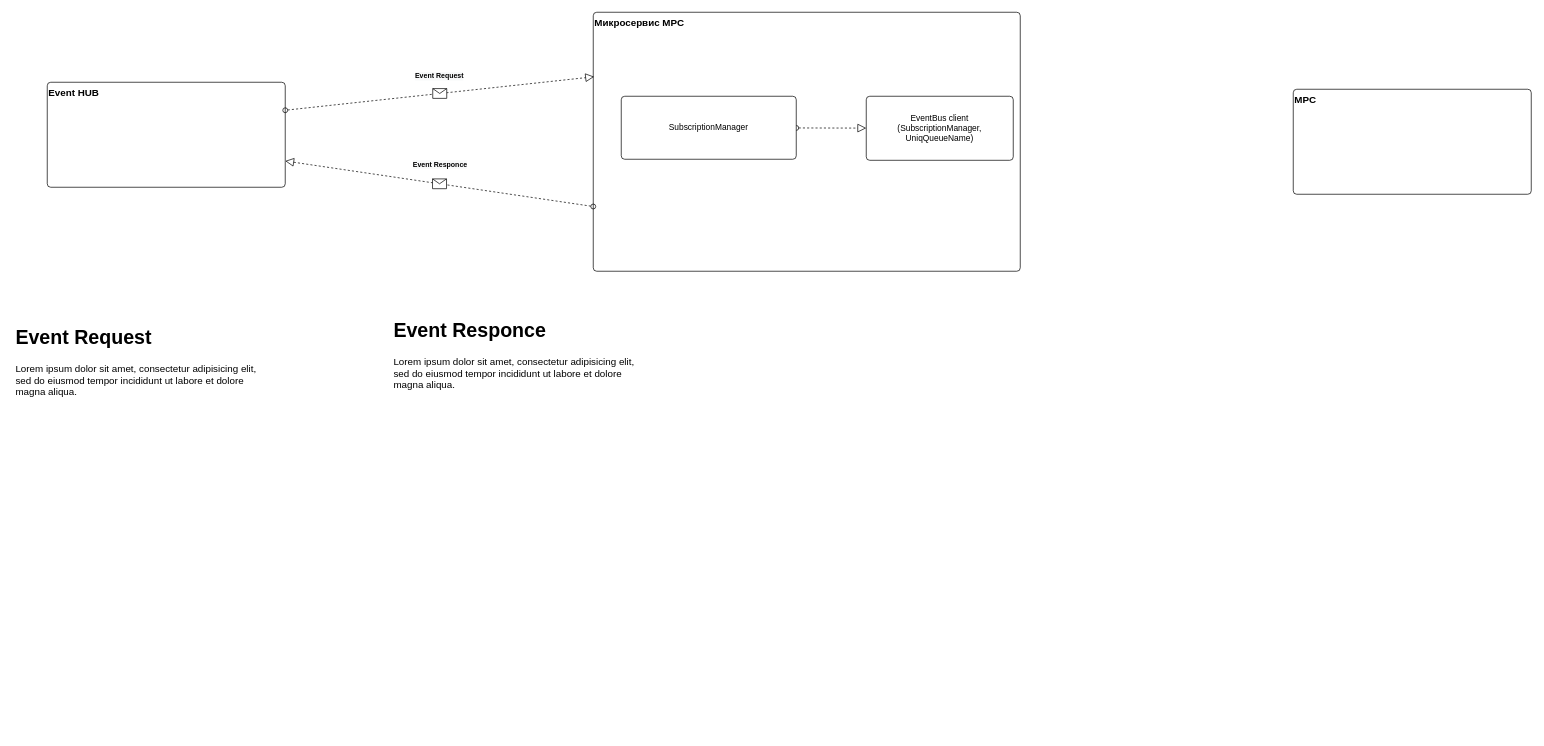
This is page "Проработка микросервиса" (5 of 5) of ExpApiSchematics.drawio from jwkig/expApi, a draw.io file, before an edit. Source tidied: cells renumbered, new cells numbered last; positions are measured from the earlier drawing's top-left corner, leaving out a move shared by most shapes. Both pictures are drawn from the tidied source at 70%, with x=0, y=0 at pixel (12, 12).
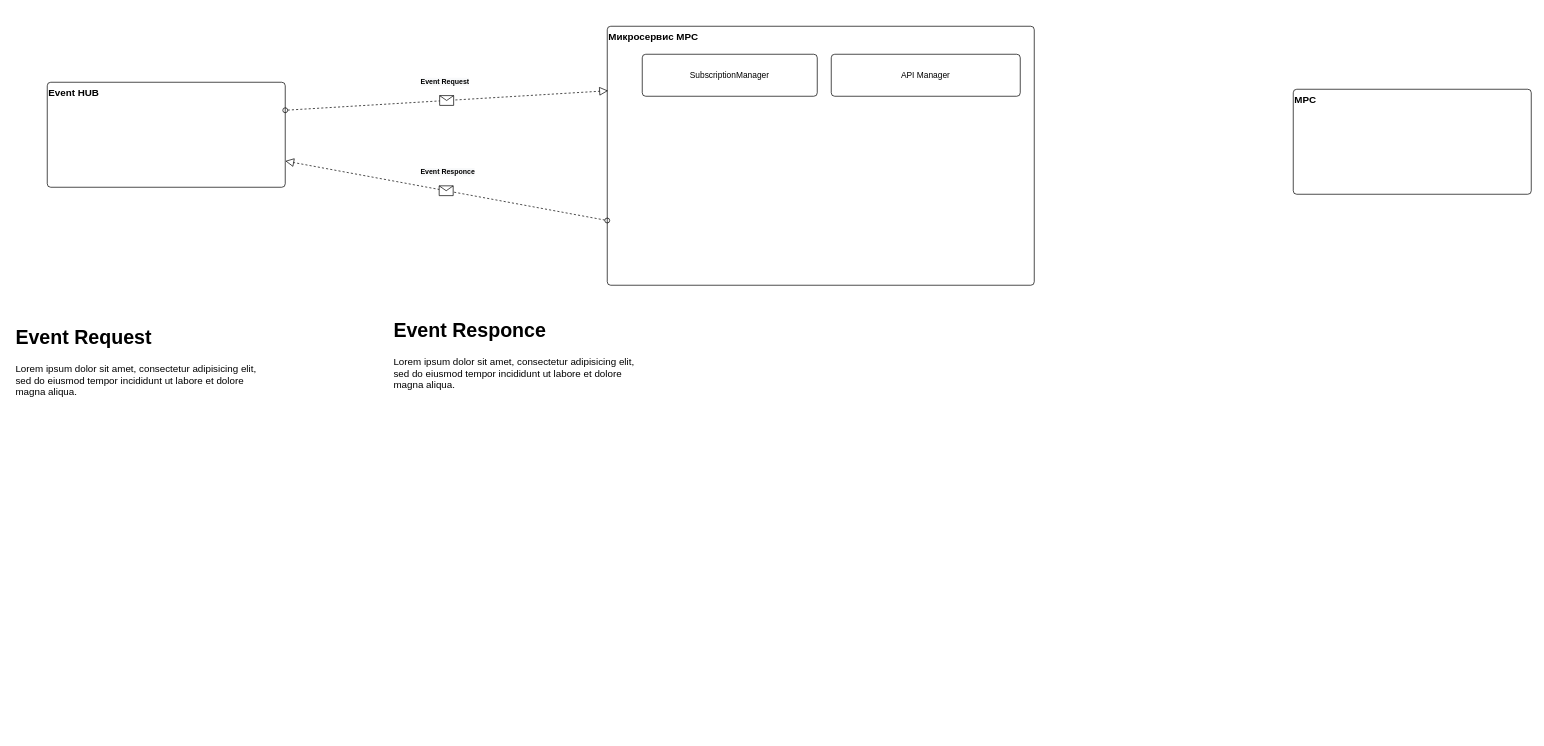
The same diagram, later.

What changed in the source:
```diff
@@
     <mxCell id="2" value="Микросервис MPC" style="rounded=1;absoluteArcSize=1;html=1;arcSize=10;verticalAlign=top;align=left;fontSize=14;fontStyle=1;" parent="1" vertex="1">
-      <mxGeometry x="830" width="610" height="370" as="geometry" />
+      <mxGeometry x="850" y="20" width="610" height="370" as="geometry" />
     </mxCell>
@@
-    <mxCell id="4" style="startArrow=oval;startFill=0;startSize=7;endArrow=block;endFill=0;endSize=10;dashed=1;html=1;" parent="2" edge="1" source="5" target="6">
-      <mxGeometry relative="1" as="geometry" />
-    </mxCell>
     <mxCell id="5" value="SubscriptionManager" style="rounded=1;absoluteArcSize=1;html=1;arcSize=10;whiteSpace=wrap;points=[];strokeColor=inherit;fillColor=inherit;" parent="2" vertex="1">
-      <mxGeometry x="40" y="120" width="250" height="90" as="geometry" />
+      <mxGeometry x="50" y="40" width="250" height="60" as="geometry" />
     </mxCell>
-    <mxCell id="6" value="EventBus client&lt;br&gt;(SubscriptionManager,&lt;br&gt;UniqQueueName)" style="rounded=1;absoluteArcSize=1;html=1;arcSize=10;whiteSpace=wrap;points=[];strokeColor=inherit;fillColor=inherit;" parent="2" vertex="1">
-      <mxGeometry x="390" y="120" width="210" height="91.5" as="geometry" />
+    <mxCell id="6" value="API Manager" style="rounded=1;absoluteArcSize=1;html=1;arcSize=10;whiteSpace=wrap;points=[];strokeColor=inherit;fillColor=inherit;" parent="2" vertex="1">
+      <mxGeometry x="320" y="40" width="270" height="60" as="geometry" />
     </mxCell>
```
